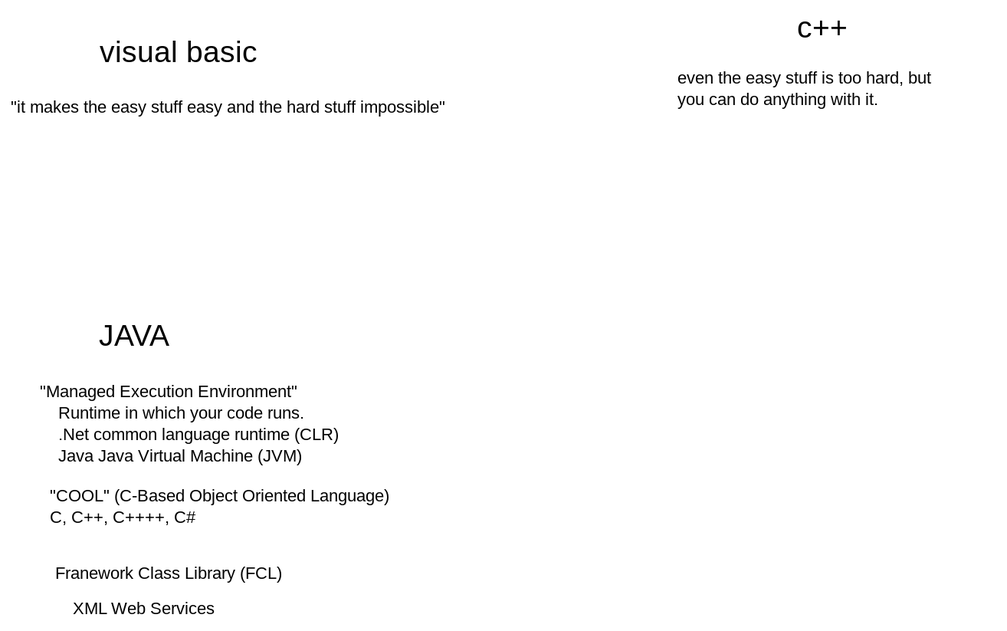
Earlier version of the Excalidraw export static/img/dotnet.excalidraw.svg (mjspies/class-notes). Source tidied: one line per element, renumbered; positions are measured from the earlier drawing's top-left corner, leaving out a move shared by most shapes.
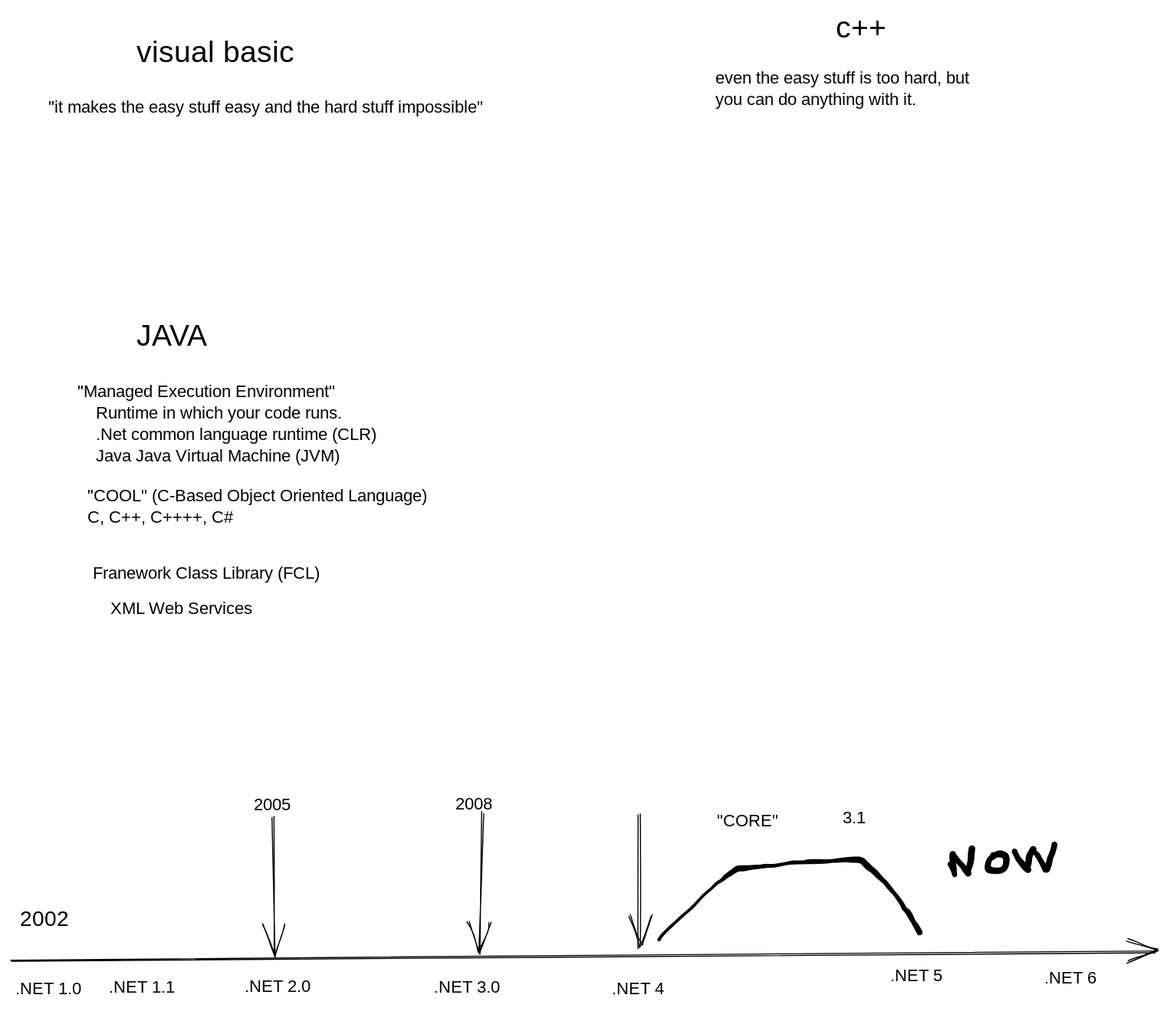
After the commit.

What changed in the source:
```diff
@@ -7,3 +7,23 @@
 {"id": 6, "type": "text", "text": "\"COOL\" (C-Based Object Oriented Language)\nC, C++, C++++, C#", "strokeColor": "#000000", "strokeWidth": 1, "roughness": 1, "fontSize": 16, "fontFamily": 1, "x": 37, "y": 443, "width": 352, "height": 40}
 {"id": 7, "type": "text", "text": "Franework Class Library (FCL) ", "strokeColor": "#000000", "strokeWidth": 1, "roughness": 1, "fontSize": 16, "fontFamily": 1, "x": 41, "y": 516, "width": 246, "height": 20}
 {"id": 8, "type": "text", "text": "XML Web Services", "strokeColor": "#000000", "strokeWidth": 1, "roughness": 1, "fontSize": 16, "fontFamily": 1, "x": 58, "y": 548, "width": 140, "height": 20}
+{"id": 9, "type": "arrow", "strokeColor": "#000000", "strokeWidth": 1, "roughness": 1, "endArrowhead": "arrow", "x": -35, "y": 886, "width": 1067, "height": 8, "points": [[0, 0], [1067, -8]]}
+{"id": 10, "type": "text", "text": "2002", "strokeColor": "#000000", "strokeWidth": 1, "roughness": 1, "fontSize": 20, "fontFamily": 1, "x": -27, "y": 835, "width": 57, "height": 25}
+{"id": 11, "type": "text", "text": "2005", "strokeColor": "#000000", "strokeWidth": 1, "roughness": 1, "fontSize": 16, "fontFamily": 1, "x": 192, "y": 731, "width": 44, "height": 20}
+{"id": 12, "type": "text", "text": ".NET 1.0", "strokeColor": "#000000", "strokeWidth": 1, "roughness": 1, "fontSize": 16, "fontFamily": 1, "x": -31, "y": 902, "width": 67, "height": 20}
+{"id": 13, "type": "text", "text": ".NET 1.1\n", "strokeColor": "#000000", "strokeWidth": 1, "roughness": 1, "fontSize": 16, "fontFamily": 1, "x": 56, "y": 901, "width": 59, "height": 40}
+{"id": 14, "type": "text", "text": ".NET 2.0", "strokeColor": "#000000", "strokeWidth": 1, "roughness": 1, "fontSize": 16, "fontFamily": 1, "x": 183, "y": 900, "width": 74, "height": 20}
+{"id": 15, "type": "text", "text": ".NET 3.0", "strokeColor": "#000000", "strokeWidth": 1, "roughness": 1, "fontSize": 16, "fontFamily": 1, "x": 359, "y": 901, "width": 74, "height": 20}
+{"id": 16, "type": "text", "text": ".NET 4", "strokeColor": "#000000", "strokeWidth": 1, "roughness": 1, "fontSize": 16, "fontFamily": 1, "x": 525, "y": 902, "width": 58, "height": 20}
+{"id": 17, "type": "arrow", "strokeColor": "#000000", "strokeWidth": 1, "roughness": 1, "endArrowhead": "arrow", "from": 11, "x": 209, "y": 752, "width": 2, "height": 129, "points": [[0, 0], [2, 129]]}
+{"id": 18, "type": "text", "text": "2008", "strokeColor": "#000000", "strokeWidth": 1, "roughness": 1, "fontSize": 16, "fontFamily": 1, "x": 379, "y": 730, "width": 47, "height": 20}
+{"id": 19, "type": "arrow", "strokeColor": "#000000", "strokeWidth": 1, "roughness": 1, "endArrowhead": "arrow", "x": 404, "y": 747, "width": 2, "height": 131, "points": [[0, 0], [-2, 131]]}
+{"id": 20, "type": "arrow", "strokeColor": "#000000", "strokeWidth": 1, "roughness": 1, "endArrowhead": "arrow", "x": 550, "y": 749, "width": 0, "height": 125, "points": [[0, 0], [0, 125]]}
+{"id": 21, "type": "freedraw", "strokeColor": "#000000", "strokeWidth": 1, "roughness": 1, "x": 569, "y": 866, "width": 243, "height": 75, "points": [[0, 0], [15, -16], [31, -30], [52, -50], [60, -57], [65, -61], [71, -65], [77, -67], [97, -68], [114, -70], [126, -72], [139, -72], [149, -73], [165, -74], [175, -75], [179, -75], [185, -75], [188, -74], [192, -71], [201, -63], [211, -53], [219, -43], [226, -34], [229, -27], [233, -23], [239, -15], [243, -8]]}
+{"id": 22, "type": "freedraw", "strokeColor": "#000000", "strokeWidth": 1, "roughness": 1, "x": 840, "y": 795, "width": 20, "height": 26, "points": [[0, 0], [1, -1], [2, 2], [3, 5], [4, 9], [4, 11], [4, 10], [4, 5], [4, 4], [4, 1], [3, 0], [2, -3], [2, -3], [2, -5], [2, -7], [2, -8], [2, -10], [3, -10], [4, -8], [8, -3], [8, -1], [10, 0], [12, 2], [13, 4], [13, 5], [14, 6], [15, 6], [15, 7], [15, 8], [16, 8], [16, 9], [17, 9], [17, 5], [18, 3], [18, 1], [19, -2], [20, -3], [20, -6], [20, -7], [20, -8], [20, -9], [20, -11], [20, -12], [20, -14], [20, -15], [20, -15]]}
+{"id": 23, "type": "freedraw", "strokeColor": "#000000", "strokeWidth": 1, "roughness": 1, "x": 879, "y": 789, "width": 18, "height": 16, "points": [[0, 0], [-1, 0], [-2, 0], [-3, 0], [-4, 2], [-4, 5], [-4, 7], [-4, 9], [-4, 9], [-4, 10], [-4, 11], [-4, 12], [-2, 13], [1, 13], [4, 13], [4, 13], [8, 13], [8, 13], [12, 11], [13, 8], [13, 6], [13, 5], [13, 4], [13, 3], [13, 1], [13, 0], [13, -1], [13, -2], [12, -2], [10, -2], [10, -3], [8, -3], [7, -3], [6, -3], [5, -3], [4, -3], [4, -3], [1, -3], [0, 0]]}
+{"id": 24, "type": "freedraw", "strokeColor": "#000000", "strokeWidth": 1, "roughness": 1, "x": 900, "y": 783, "width": 38, "height": 25, "points": [[0, 0], [0, 2], [3, 5], [4, 7], [7, 11], [8, 13], [11, 16], [12, 17], [13, 14], [13, 9], [13, 5], [15, 1], [17, -3], [20, 1], [24, 9], [25, 11], [27, 14], [28, 17], [29, 18], [31, 16], [32, 10], [33, 5], [36, 1], [37, -4], [37, -7]]}
+{"id": 25, "type": "text", "text": "\"CORE\"", "strokeColor": "#000000", "strokeWidth": 1, "roughness": 1, "fontSize": 16, "fontFamily": 1, "x": 622, "y": 746, "width": 55, "height": 20}
+{"id": 26, "type": "text", "text": "3.1", "strokeColor": "#000000", "strokeWidth": 1, "roughness": 1, "fontSize": 16, "fontFamily": 1, "x": 740, "y": 743, "width": 21, "height": 20}
+{"id": 27, "type": "text", "text": ".NET 5", "strokeColor": "#000000", "strokeWidth": 1, "roughness": 1, "fontSize": 16, "fontFamily": 1, "x": 784, "y": 890, "width": 57, "height": 20}
+{"id": 28, "type": "text", "text": ".NET 6", "strokeColor": "#000000", "strokeWidth": 1, "roughness": 1, "fontSize": 16, "fontFamily": 1, "x": 928, "y": 892, "width": 58, "height": 20}
```
